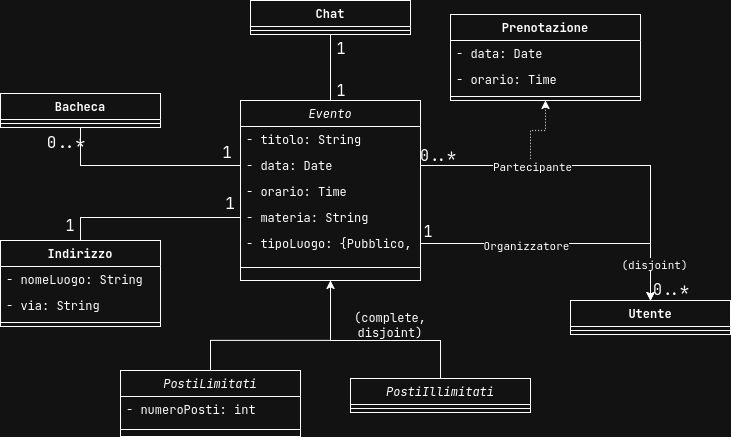
federicoporpora/studyLink keeps this draw.io diagram as latex/images/modello-del-dominio-evento.png. Above is the earlier version. Source tidied: cells renumbered, new cells last; positions are measured from the earlier drawing's top-left corner, leaving out a move shared by most shapes. Source of this version:
```xml
<mxGraphModel>
  <root>
    <mxCell id="0" />
    <mxCell id="1" parent="0" />
    <mxCell id="2" style="edgeStyle=orthogonalEdgeStyle;rounded=0;jettySize=auto;html=1;entryX=0.5;entryY=0;entryDx=0;entryDy=0;endArrow=none;endFill=0;" parent="1" edge="1" target="30">
      <mxGeometry relative="1" as="geometry">
        <mxPoint x="330" y="340" as="sourcePoint" />
        <Array as="points">
          <mxPoint x="330" y="340" />
          <mxPoint x="440" y="340" />
        </Array>
      </mxGeometry>
    </mxCell>
    <mxCell id="3" style="edgeStyle=orthogonalEdgeStyle;rounded=0;jettySize=auto;html=1;exitX=0.5;exitY=0;exitDx=0;exitDy=0;entryX=0.5;entryY=1;entryDx=0;entryDy=0;endArrow=none;endFill=0;" parent="1" edge="1" source="4" target="28">
      <mxGeometry relative="1" as="geometry" />
    </mxCell>
    <mxCell id="4" value="Evento" style="swimlane;fontStyle=2;align=center;verticalAlign=top;horizontal=1;startSize=26;rounded=0;shadow=0;strokeWidth=1;" parent="1" vertex="1">
      <mxGeometry x="240" y="100" width="180" height="180" as="geometry" />
    </mxCell>
    <mxCell id="5" value="- titolo: String" style="text;align=left;verticalAlign=top;spacingLeft=4;spacingRight=4;overflow=hidden;" parent="4" vertex="1">
      <mxGeometry y="26" width="180" height="26" as="geometry" />
    </mxCell>
    <mxCell id="6" style="edgeStyle=orthogonalEdgeStyle;rounded=0;jettySize=auto;html=1;exitX=1;exitY=0.5;exitDx=0;exitDy=0;" parent="4" edge="1" source="8">
      <mxGeometry relative="1" as="geometry">
        <mxPoint x="410" y="200" as="targetPoint" />
      </mxGeometry>
    </mxCell>
    <mxCell id="7" value="Partecipante" style="edgeLabel;html=1;align=center;verticalAlign=middle;" parent="6" vertex="1">
      <mxGeometry x="-0.39" relative="1" as="geometry" />
    </mxCell>
    <mxCell id="8" value="- data: Date" style="text;align=left;verticalAlign=top;spacingLeft=4;spacingRight=4;overflow=hidden;points=[[0,0.5],[1,0.5]];portConstraint=eastwest;rounded=0;shadow=0;html=0;" parent="4" vertex="1">
      <mxGeometry y="52" width="180" height="26" as="geometry" />
    </mxCell>
    <mxCell id="9" value="- orario: Time" style="text;align=left;verticalAlign=top;spacingLeft=4;spacingRight=4;overflow=hidden;points=[[0,0.5],[1,0.5]];portConstraint=eastwest;rounded=0;shadow=0;html=0;" parent="4" vertex="1">
      <mxGeometry y="78" width="180" height="26" as="geometry" />
    </mxCell>
    <mxCell id="10" value="- materia: String" style="text;align=left;verticalAlign=top;spacingLeft=4;spacingRight=4;overflow=hidden;points=[[0,0.5],[1,0.5]];portConstraint=eastwest;rounded=0;shadow=0;html=0;" parent="4" vertex="1">
      <mxGeometry y="104" width="180" height="26" as="geometry" />
    </mxCell>
    <mxCell id="11" value="- tipoLuogo: {Pubblico, Privato}" style="text;align=left;verticalAlign=top;spacingLeft=4;spacingRight=4;overflow=hidden;points=[[0,0.5],[1,0.5]];portConstraint=eastwest;rounded=0;shadow=0;html=0;" parent="4" vertex="1">
      <mxGeometry y="130" width="180" height="26" as="geometry" />
    </mxCell>
    <mxCell id="12" style="line;html=1;strokeWidth=1;align=left;verticalAlign=middle;spacingTop=-1;spacingLeft=3;spacingRight=3;labelPosition=right;" parent="4" vertex="1">
      <mxGeometry y="156" width="180" height="22" as="geometry" />
    </mxCell>
    <mxCell id="13" style="edgeStyle=orthogonalEdgeStyle;rounded=0;jettySize=auto;html=1;entryX=0;entryY=0.5;entryDx=0;entryDy=0;endArrow=none;endFill=0;" parent="1" edge="1" source="14" target="10">
      <mxGeometry relative="1" as="geometry" />
    </mxCell>
    <mxCell id="14" value="Indirizzo" style="swimlane;fontStyle=1;align=center;verticalAlign=top;horizontal=1;startSize=26;whiteSpace=wrap;html=1;" parent="1" vertex="1">
      <mxGeometry y="240" width="160" height="86" as="geometry" />
    </mxCell>
    <mxCell id="15" value="- nomeLuogo: String" style="text;strokeColor=none;fillColor=none;align=left;verticalAlign=top;spacingLeft=4;spacingRight=4;overflow=hidden;whiteSpace=wrap;html=1;" parent="14" vertex="1">
      <mxGeometry y="26" width="160" height="26" as="geometry" />
    </mxCell>
    <mxCell id="16" value="- via: String" style="text;strokeColor=none;fillColor=none;align=left;verticalAlign=top;spacingLeft=4;spacingRight=4;overflow=hidden;whiteSpace=wrap;html=1;" parent="14" vertex="1">
      <mxGeometry y="52" width="160" height="26" as="geometry" />
    </mxCell>
    <mxCell id="17" style="line;strokeWidth=1;fillColor=none;align=left;verticalAlign=middle;spacingTop=-1;spacingLeft=3;spacingRight=3;labelPosition=right;strokeColor=inherit;" parent="14" vertex="1">
      <mxGeometry y="78" width="160" height="8" as="geometry" />
    </mxCell>
    <mxCell id="18" style="edgeStyle=orthogonalEdgeStyle;rounded=0;jettySize=auto;html=1;exitX=0.5;exitY=1;exitDx=0;exitDy=0;entryX=0;entryY=0.5;entryDx=0;entryDy=0;endArrow=none;endFill=0;" parent="1" edge="1" source="19" target="8">
      <mxGeometry relative="1" as="geometry" />
    </mxCell>
    <mxCell id="19" value="Bacheca" style="swimlane;fontStyle=1;align=center;verticalAlign=top;horizontal=1;startSize=26;whiteSpace=wrap;html=1;shadow=0;" parent="1" vertex="1">
      <mxGeometry y="93" width="160" height="34" as="geometry" />
    </mxCell>
    <mxCell id="20" style="line;strokeWidth=1;fillColor=none;align=left;verticalAlign=middle;spacingTop=-1;spacingLeft=3;spacingRight=3;labelPosition=right;strokeColor=inherit;" parent="19" vertex="1">
      <mxGeometry y="26" width="160" height="8" as="geometry" />
    </mxCell>
    <mxCell id="21" value="Utente" style="swimlane;fontStyle=1;align=center;verticalAlign=top;horizontal=1;startSize=26;whiteSpace=wrap;html=1;" parent="1" vertex="1">
      <mxGeometry x="570" y="300" width="160" height="34" as="geometry" />
    </mxCell>
    <mxCell id="22" style="line;strokeWidth=1;fillColor=none;align=left;verticalAlign=middle;spacingTop=-1;spacingLeft=3;spacingRight=3;labelPosition=right;strokeColor=inherit;" parent="21" vertex="1">
      <mxGeometry y="26" width="160" height="8" as="geometry" />
    </mxCell>
    <mxCell id="23" style="edgeStyle=orthogonalEdgeStyle;rounded=0;jettySize=auto;html=1;exitX=0.5;exitY=1;exitDx=0;exitDy=0;startArrow=classic;startFill=1;endArrow=none;endFill=0;dashed=1;dashPattern=1 2;" parent="1" edge="1" source="24">
      <mxGeometry relative="1" as="geometry">
        <mxPoint x="530" y="160" as="targetPoint" />
      </mxGeometry>
    </mxCell>
    <mxCell id="24" value="&lt;font style=&quot;color: light-dark(rgb(0, 0, 0), rgb(255, 255, 255));&quot;&gt;Prenotazione&lt;/font&gt;" style="swimlane;fontStyle=1;align=center;verticalAlign=top;horizontal=1;startSize=26;whiteSpace=wrap;html=1;fontColor=light-dark(#000000,#FF0000);" parent="1" vertex="1">
      <mxGeometry x="450" y="14" width="190" height="86" as="geometry" />
    </mxCell>
    <mxCell id="25" value="- data: Date" style="text;strokeColor=none;fillColor=none;align=left;verticalAlign=top;spacingLeft=4;spacingRight=4;overflow=hidden;whiteSpace=wrap;html=1;" parent="24" vertex="1">
      <mxGeometry y="26" width="190" height="26" as="geometry" />
    </mxCell>
    <mxCell id="26" value="- orario: Time" style="text;align=left;verticalAlign=top;spacingLeft=4;spacingRight=4;overflow=hidden;rounded=0;shadow=0;html=0;" parent="24" vertex="1">
      <mxGeometry y="52" width="190" height="26" as="geometry" />
    </mxCell>
    <mxCell id="27" style="line;strokeWidth=1;fillColor=none;align=left;verticalAlign=middle;spacingTop=-1;spacingLeft=3;spacingRight=3;labelPosition=right;strokeColor=inherit;" parent="24" vertex="1">
      <mxGeometry y="78" width="190" height="8" as="geometry" />
    </mxCell>
    <mxCell id="28" value="Chat" style="swimlane;fontStyle=1;align=center;verticalAlign=top;horizontal=1;startSize=26;whiteSpace=wrap;html=1;" parent="1" vertex="1">
      <mxGeometry x="250" width="160" height="34" as="geometry" />
    </mxCell>
    <mxCell id="29" style="line;strokeWidth=1;fillColor=none;align=left;verticalAlign=middle;spacingTop=-1;spacingLeft=3;spacingRight=3;labelPosition=right;strokeColor=inherit;" parent="28" vertex="1">
      <mxGeometry y="26" width="160" height="8" as="geometry" />
    </mxCell>
    <mxCell id="30" value="PostiIllimitati" style="swimlane;fontStyle=2;align=center;verticalAlign=top;horizontal=1;startSize=26;rounded=0;shadow=0;strokeWidth=1;" parent="1" vertex="1">
      <mxGeometry x="350" y="378" width="180" height="34" as="geometry" />
    </mxCell>
    <mxCell id="31" style="line;html=1;strokeWidth=1;align=left;verticalAlign=middle;spacingTop=-1;spacingLeft=3;spacingRight=3;labelPosition=right;" parent="30" vertex="1">
      <mxGeometry y="26" width="180" height="8" as="geometry" />
    </mxCell>
    <mxCell id="32" style="edgeStyle=orthogonalEdgeStyle;rounded=0;jettySize=auto;html=1;exitX=0.5;exitY=0;exitDx=0;exitDy=0;" parent="1" edge="1" source="33">
      <mxGeometry relative="1" as="geometry">
        <mxPoint x="330" y="280" as="targetPoint" />
        <Array as="points">
          <mxPoint x="210" y="340" />
          <mxPoint x="330" y="340" />
        </Array>
      </mxGeometry>
    </mxCell>
    <mxCell id="33" value="PostiLimitati" style="swimlane;fontStyle=2;align=center;verticalAlign=top;horizontal=1;startSize=26;rounded=0;shadow=0;strokeWidth=1;" parent="1" vertex="1">
      <mxGeometry x="120" y="370" width="180" height="66" as="geometry" />
    </mxCell>
    <mxCell id="34" value="- numeroPosti: int" style="text;align=left;verticalAlign=top;spacingLeft=4;spacingRight=4;overflow=hidden;rounded=0;shadow=0;html=0;" parent="33" vertex="1">
      <mxGeometry y="26" width="180" height="26" as="geometry" />
    </mxCell>
    <mxCell id="35" style="line;html=1;strokeWidth=1;align=left;verticalAlign=middle;spacingTop=-1;spacingLeft=3;spacingRight=3;labelPosition=right;" parent="33" vertex="1">
      <mxGeometry y="52" width="180" height="14" as="geometry" />
    </mxCell>
    <mxCell id="36" value="(complete, disjoint)" style="text;html=1;whiteSpace=wrap;strokeColor=none;fillColor=none;align=center;verticalAlign=middle;rounded=0;" parent="1" vertex="1">
      <mxGeometry x="330" y="310" width="120" height="30" as="geometry" />
    </mxCell>
    <mxCell id="37" value="&lt;font style=&quot;font-size: 15px;&quot;&gt;1&lt;/font&gt;" style="text;html=1;whiteSpace=wrap;strokeColor=none;fillColor=none;align=center;verticalAlign=middle;rounded=0;" parent="1" vertex="1">
      <mxGeometry x="40" y="210" width="60" height="30" as="geometry" />
    </mxCell>
    <mxCell id="38" value="&lt;font style=&quot;font-size: 16px;&quot;&gt;1&lt;/font&gt;" style="text;html=1;whiteSpace=wrap;strokeColor=none;fillColor=none;align=center;verticalAlign=middle;rounded=0;" parent="1" vertex="1">
      <mxGeometry x="200" y="188" width="60" height="30" as="geometry" />
    </mxCell>
    <mxCell id="39" value="&lt;font style=&quot;font-size: 16px;&quot;&gt;0..*&lt;/font&gt;" style="text;html=1;whiteSpace=wrap;strokeColor=none;fillColor=none;align=center;verticalAlign=middle;rounded=0;" parent="1" vertex="1">
      <mxGeometry x="36" y="127" width="60" height="30" as="geometry" />
    </mxCell>
    <mxCell id="40" value="&lt;font style=&quot;font-size: 16px;&quot;&gt;1&lt;/font&gt;" style="text;html=1;whiteSpace=wrap;strokeColor=none;fillColor=none;align=center;verticalAlign=middle;rounded=0;" parent="1" vertex="1">
      <mxGeometry x="197" y="137" width="60" height="30" as="geometry" />
    </mxCell>
    <mxCell id="41" value="&lt;font style=&quot;font-size: 15px;&quot;&gt;1&lt;/font&gt;" style="text;html=1;whiteSpace=wrap;strokeColor=none;fillColor=none;align=center;verticalAlign=middle;rounded=0;" parent="1" vertex="1">
      <mxGeometry x="311" y="33" width="60" height="30" as="geometry" />
    </mxCell>
    <mxCell id="42" value="&lt;font style=&quot;font-size: 15px;&quot;&gt;1&lt;/font&gt;" style="text;html=1;whiteSpace=wrap;strokeColor=none;fillColor=none;align=center;verticalAlign=middle;rounded=0;" parent="1" vertex="1">
      <mxGeometry x="311" y="75" width="60" height="30" as="geometry" />
    </mxCell>
    <mxCell id="43" style="edgeStyle=orthogonalEdgeStyle;rounded=0;jettySize=auto;html=1;exitX=1;exitY=0.5;exitDx=0;exitDy=0;" parent="1" edge="1" source="11" target="21">
      <mxGeometry relative="1" as="geometry" />
    </mxCell>
    <mxCell id="44" value="(disjoint)" style="edgeLabel;html=1;align=center;verticalAlign=middle;" parent="43" vertex="1">
      <mxGeometry x="0.81" y="3" relative="1" as="geometry">
        <mxPoint y="-9" as="offset" />
      </mxGeometry>
    </mxCell>
    <mxCell id="45" value="Organizzatore" style="edgeLabel;html=1;align=center;verticalAlign=middle;" parent="43" vertex="1">
      <mxGeometry x="-0.27" y="-1" relative="1" as="geometry" />
    </mxCell>
    <mxCell id="46" value="&lt;font style=&quot;font-size: 15px;&quot;&gt;0..*&lt;/font&gt;" style="text;html=1;whiteSpace=wrap;strokeColor=none;fillColor=none;align=center;verticalAlign=middle;rounded=0;" parent="1" vertex="1">
      <mxGeometry x="408" y="140" width="60" height="30" as="geometry" />
    </mxCell>
    <mxCell id="47" value="&lt;font style=&quot;font-size: 15px;&quot;&gt;1&lt;/font&gt;" style="text;html=1;whiteSpace=wrap;strokeColor=none;fillColor=none;align=center;verticalAlign=middle;rounded=0;" parent="1" vertex="1">
      <mxGeometry x="398" y="216" width="60" height="30" as="geometry" />
    </mxCell>
    <mxCell id="48" value="&lt;font style=&quot;font-size: 15px;&quot;&gt;0..*&lt;/font&gt;" style="text;html=1;whiteSpace=wrap;strokeColor=none;fillColor=none;align=center;verticalAlign=middle;rounded=0;" parent="1" vertex="1">
      <mxGeometry x="641" y="274" width="60" height="30" as="geometry" />
    </mxCell>
  </root>
</mxGraphModel>
```
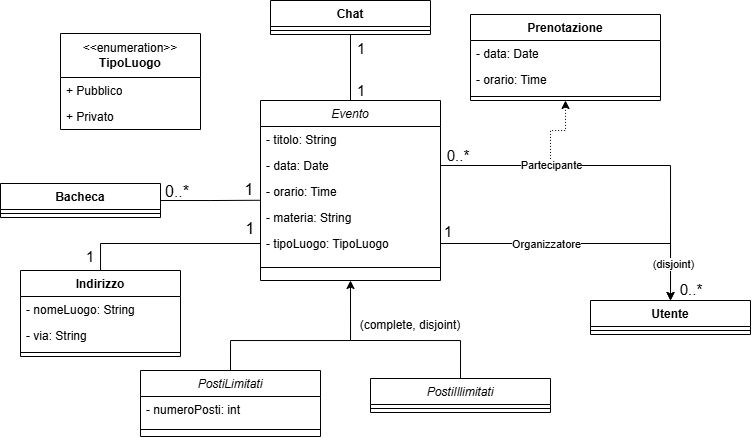
After the change.

The edit, as a diff of the source:
```diff
@@ -37,17 +37,17 @@
     <mxCell id="10" value="- materia: String" style="text;align=left;verticalAlign=top;spacingLeft=4;spacingRight=4;overflow=hidden;points=[[0,0.5],[1,0.5]];portConstraint=eastwest;rounded=0;shadow=0;html=0;" parent="4" vertex="1">
       <mxGeometry y="104" width="180" height="26" as="geometry" />
     </mxCell>
-    <mxCell id="11" value="- tipoLuogo: {Pubblico, Privato}" style="text;align=left;verticalAlign=top;spacingLeft=4;spacingRight=4;overflow=hidden;points=[[0,0.5],[1,0.5]];portConstraint=eastwest;rounded=0;shadow=0;html=0;" parent="4" vertex="1">
+    <mxCell id="11" value="- tipoLuogo: TipoLuogo" style="text;align=left;verticalAlign=top;spacingLeft=4;spacingRight=4;overflow=hidden;points=[[0,0.5],[1,0.5]];portConstraint=eastwest;rounded=0;shadow=0;html=0;" parent="4" vertex="1">
       <mxGeometry y="130" width="180" height="26" as="geometry" />
     </mxCell>
     <mxCell id="12" style="line;html=1;strokeWidth=1;align=left;verticalAlign=middle;spacingTop=-1;spacingLeft=3;spacingRight=3;labelPosition=right;" parent="4" vertex="1">
       <mxGeometry y="156" width="180" height="22" as="geometry" />
     </mxCell>
-    <mxCell id="13" style="edgeStyle=orthogonalEdgeStyle;rounded=0;jettySize=auto;html=1;entryX=0;entryY=0.5;entryDx=0;entryDy=0;endArrow=none;endFill=0;" parent="1" edge="1" source="14" target="10">
+    <mxCell id="13" style="edgeStyle=orthogonalEdgeStyle;rounded=0;jettySize=auto;html=1;entryX=0;entryY=0.5;entryDx=0;entryDy=0;endArrow=none;endFill=0;" parent="1" edge="1" source="14" target="11">
       <mxGeometry relative="1" as="geometry" />
     </mxCell>
     <mxCell id="14" value="Indirizzo" style="swimlane;fontStyle=1;align=center;verticalAlign=top;horizontal=1;startSize=26;whiteSpace=wrap;html=1;" parent="1" vertex="1">
-      <mxGeometry y="240" width="160" height="86" as="geometry" />
+      <mxGeometry y="270" width="160" height="86" as="geometry" />
     </mxCell>
     <mxCell id="15" value="- nomeLuogo: String" style="text;strokeColor=none;fillColor=none;align=left;verticalAlign=top;spacingLeft=4;spacingRight=4;overflow=hidden;whiteSpace=wrap;html=1;" parent="14" vertex="1">
       <mxGeometry y="26" width="160" height="26" as="geometry" />
@@ -58,11 +58,11 @@
     <mxCell id="17" style="line;strokeWidth=1;fillColor=none;align=left;verticalAlign=middle;spacingTop=-1;spacingLeft=3;spacingRight=3;labelPosition=right;strokeColor=inherit;" parent="14" vertex="1">
       <mxGeometry y="78" width="160" height="8" as="geometry" />
     </mxCell>
-    <mxCell id="18" style="edgeStyle=orthogonalEdgeStyle;rounded=0;jettySize=auto;html=1;exitX=0.5;exitY=1;exitDx=0;exitDy=0;entryX=0;entryY=0.5;entryDx=0;entryDy=0;endArrow=none;endFill=0;" parent="1" edge="1" source="19" target="8">
+    <mxCell id="18" style="edgeStyle=orthogonalEdgeStyle;rounded=0;jettySize=auto;html=1;endArrow=none;endFill=0;exitX=1;exitY=0.5;exitDx=0;exitDy=0;entryX=-0.004;entryY=0.837;entryDx=0;entryDy=0;entryPerimeter=0;" parent="1" edge="1" source="19" target="9">
       <mxGeometry relative="1" as="geometry" />
     </mxCell>
     <mxCell id="19" value="Bacheca" style="swimlane;fontStyle=1;align=center;verticalAlign=top;horizontal=1;startSize=26;whiteSpace=wrap;html=1;shadow=0;" parent="1" vertex="1">
-      <mxGeometry y="93" width="160" height="34" as="geometry" />
+      <mxGeometry x="-20" y="183" width="160" height="34" as="geometry" />
     </mxCell>
     <mxCell id="20" style="line;strokeWidth=1;fillColor=none;align=left;verticalAlign=middle;spacingTop=-1;spacingLeft=3;spacingRight=3;labelPosition=right;strokeColor=inherit;" parent="19" vertex="1">
       <mxGeometry y="26" width="160" height="8" as="geometry" />
@@ -124,16 +124,16 @@
       <mxGeometry x="330" y="310" width="120" height="30" as="geometry" />
     </mxCell>
     <mxCell id="37" value="&lt;font style=&quot;font-size: 15px;&quot;&gt;1&lt;/font&gt;" style="text;html=1;whiteSpace=wrap;strokeColor=none;fillColor=none;align=center;verticalAlign=middle;rounded=0;" parent="1" vertex="1">
-      <mxGeometry x="40" y="210" width="60" height="30" as="geometry" />
+      <mxGeometry x="40" y="241" width="60" height="30" as="geometry" />
     </mxCell>
     <mxCell id="38" value="&lt;font style=&quot;font-size: 16px;&quot;&gt;1&lt;/font&gt;" style="text;html=1;whiteSpace=wrap;strokeColor=none;fillColor=none;align=center;verticalAlign=middle;rounded=0;" parent="1" vertex="1">
-      <mxGeometry x="200" y="188" width="60" height="30" as="geometry" />
+      <mxGeometry x="200" y="213" width="60" height="30" as="geometry" />
     </mxCell>
     <mxCell id="39" value="&lt;font style=&quot;font-size: 16px;&quot;&gt;0..*&lt;/font&gt;" style="text;html=1;whiteSpace=wrap;strokeColor=none;fillColor=none;align=center;verticalAlign=middle;rounded=0;" parent="1" vertex="1">
-      <mxGeometry x="36" y="127" width="60" height="30" as="geometry" />
+      <mxGeometry x="127" y="176" width="60" height="30" as="geometry" />
     </mxCell>
     <mxCell id="40" value="&lt;font style=&quot;font-size: 16px;&quot;&gt;1&lt;/font&gt;" style="text;html=1;whiteSpace=wrap;strokeColor=none;fillColor=none;align=center;verticalAlign=middle;rounded=0;" parent="1" vertex="1">
-      <mxGeometry x="197" y="137" width="60" height="30" as="geometry" />
+      <mxGeometry x="199" y="174" width="60" height="30" as="geometry" />
     </mxCell>
     <mxCell id="41" value="&lt;font style=&quot;font-size: 15px;&quot;&gt;1&lt;/font&gt;" style="text;html=1;whiteSpace=wrap;strokeColor=none;fillColor=none;align=center;verticalAlign=middle;rounded=0;" parent="1" vertex="1">
       <mxGeometry x="311" y="33" width="60" height="30" as="geometry" />
@@ -161,5 +161,14 @@
     <mxCell id="48" value="&lt;font style=&quot;font-size: 15px;&quot;&gt;0..*&lt;/font&gt;" style="text;html=1;whiteSpace=wrap;strokeColor=none;fillColor=none;align=center;verticalAlign=middle;rounded=0;" parent="1" vertex="1">
       <mxGeometry x="641" y="274" width="60" height="30" as="geometry" />
     </mxCell>
+    <mxCell id="49" value="&amp;lt;&amp;lt;enumeration&amp;gt;&amp;gt;&lt;div&gt;&lt;b&gt;TipoLuogo&lt;/b&gt;&lt;/div&gt;" style="swimlane;fontStyle=0;horizontal=1;startSize=44;fillColor=none;whiteSpace=wrap;html=1;" parent="1" vertex="1">
+      <mxGeometry x="40" y="33" width="140" height="96" as="geometry" />
+    </mxCell>
+    <mxCell id="50" value="+ Pubblico" style="text;strokeColor=none;fillColor=none;align=left;verticalAlign=top;spacingLeft=4;spacingRight=4;overflow=hidden;whiteSpace=wrap;html=1;" parent="49" vertex="1">
+      <mxGeometry y="44" width="140" height="26" as="geometry" />
+    </mxCell>
+    <mxCell id="51" value="+ Privato" style="text;strokeColor=none;fillColor=none;align=left;verticalAlign=top;spacingLeft=4;spacingRight=4;overflow=hidden;whiteSpace=wrap;html=1;" parent="49" vertex="1">
+      <mxGeometry y="70" width="140" height="26" as="geometry" />
+    </mxCell>
   </root>
 </mxGraphModel>
```
